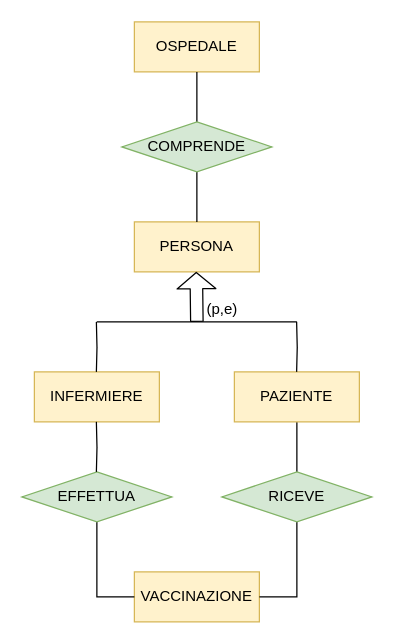
Above: report/Diagrammi E-R/1.drawio in luigi-borriello00/Vaccinations-Tracker (draw.io), before the change. Source tidied: cells renumbered, new cells numbered last; positions are measured from the earlier drawing's top-left corner, leaving out a move shared by most shapes. Both pictures are drawn from the tidied source at 125%, with x=0, y=0 at pixel (21, 21).
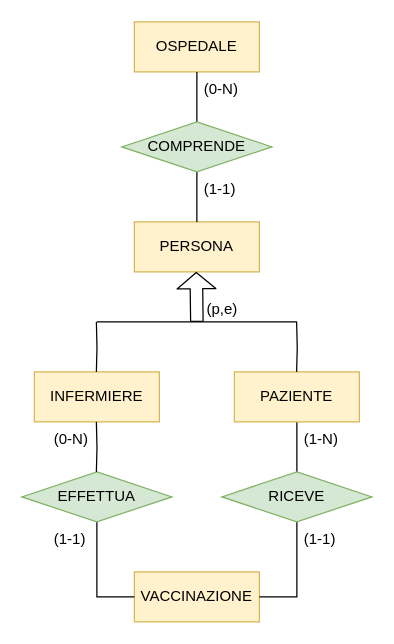
After the change.

What changed in the source:
```diff
@@
+    <mxCell id="21" value="(0-N)" style="text;strokeColor=none;fillColor=none;spacingLeft=4;spacingRight=4;overflow=hidden;fontSize=12;" parent="1" vertex="1">
+      <mxGeometry x="140" y="40" width="40" height="30" as="geometry" />
+    </mxCell>
+    <mxCell id="22" value="(1-1)" style="text;strokeColor=none;fillColor=none;spacingLeft=4;spacingRight=4;overflow=hidden;fontSize=12;" parent="1" vertex="1">
+      <mxGeometry x="140" y="120" width="40" height="30" as="geometry" />
+    </mxCell>
+    <mxCell id="23" value="(0-N)" style="text;strokeColor=none;fillColor=none;spacingLeft=4;spacingRight=4;overflow=hidden;fontSize=12;" parent="1" vertex="1">
+      <mxGeometry x="20" y="320" width="40" height="30" as="geometry" />
+    </mxCell>
+    <mxCell id="24" value="(1-N)" style="text;strokeColor=none;fillColor=none;spacingLeft=4;spacingRight=4;overflow=hidden;fontSize=12;" parent="1" vertex="1">
+      <mxGeometry x="220" y="320" width="40" height="30" as="geometry" />
+    </mxCell>
+    <mxCell id="25" value="(1-1)" style="text;strokeColor=none;fillColor=none;spacingLeft=4;spacingRight=4;overflow=hidden;fontSize=12;" parent="1" vertex="1">
+      <mxGeometry x="20" y="400" width="40" height="30" as="geometry" />
+    </mxCell>
+    <mxCell id="26" value="(1-1)" style="text;strokeColor=none;fillColor=none;spacingLeft=4;spacingRight=4;overflow=hidden;fontSize=12;" parent="1" vertex="1">
+      <mxGeometry x="220" y="400" width="40" height="30" as="geometry" />
+    </mxCell>
```
